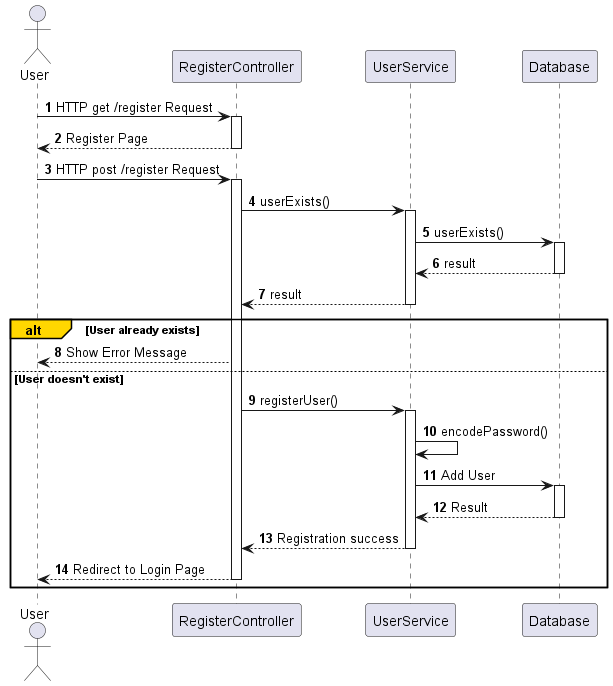
ikolton/MOproject keeps this PlantUML diagram as Register_Sequence_Diagram.png. Above is the earlier version.
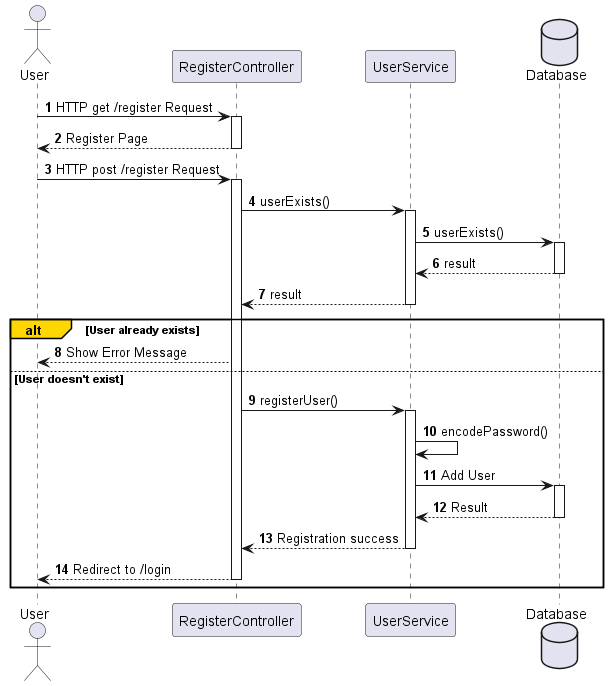
Above is the later version.

The edit, as a diff of the source:
```diff
@@ -5,7 +5,7 @@
 actor User as U
 participant "RegisterController" as RC
 participant UserService as US
-participant Database as DB
+database Database as DB
 
 U -> RC: HTTP get /register Request
 activate RC
@@ -34,7 +34,7 @@
     deactivate DB
     US --> RC: Registration success
     deactivate US
-    RC --> U: Redirect to Login Page
+    RC --> U: Redirect to /login
     deactivate RC
 end
 
```
